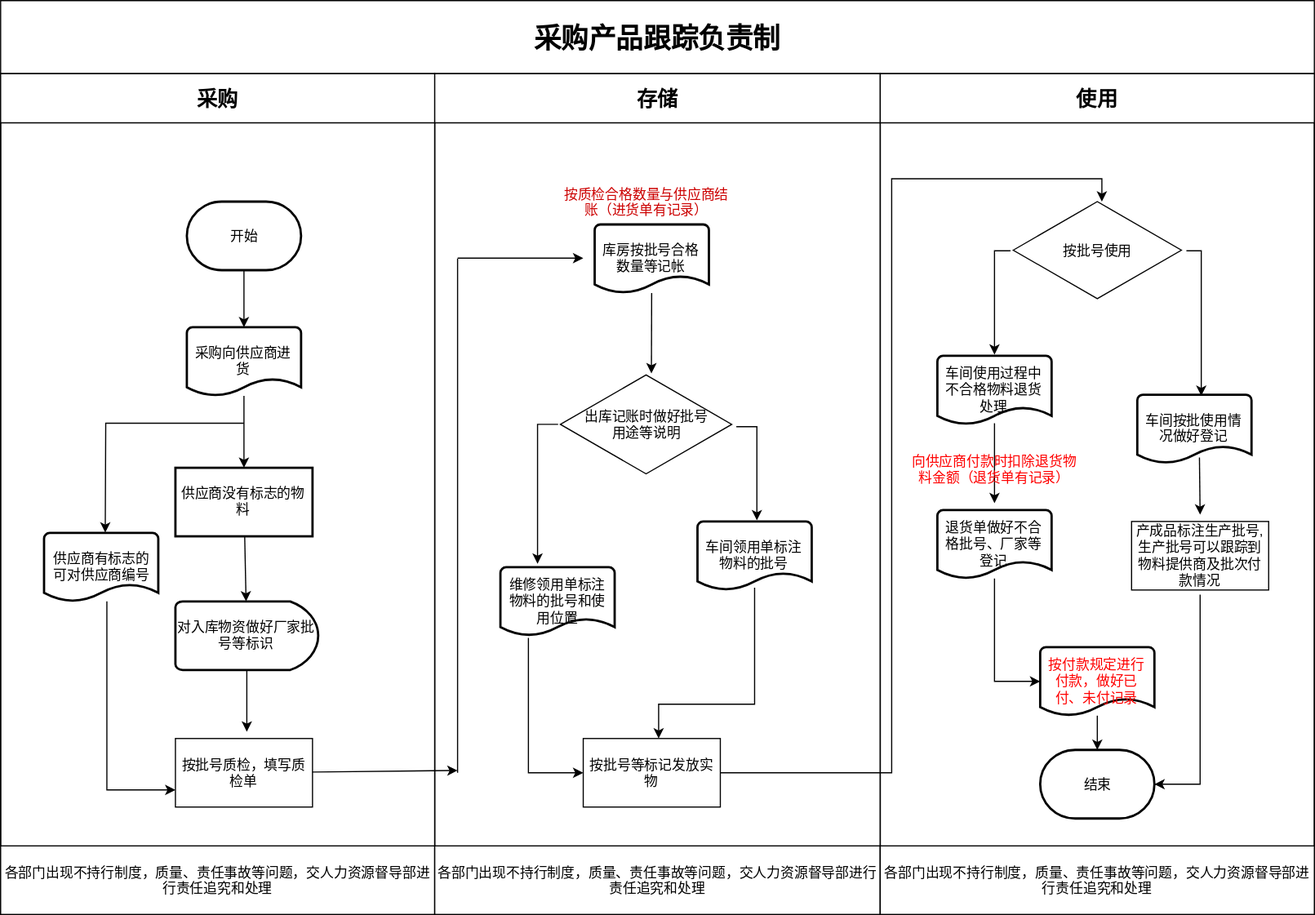
Earlier version of the draw.io export 采购产品跟踪负责制(通用).svg (cnkanglong/OnelineOffice). Source tidied: cells renumbered, new cells last; positions are measured from the earlier drawing's top-left corner, leaving out a move shared by most shapes.
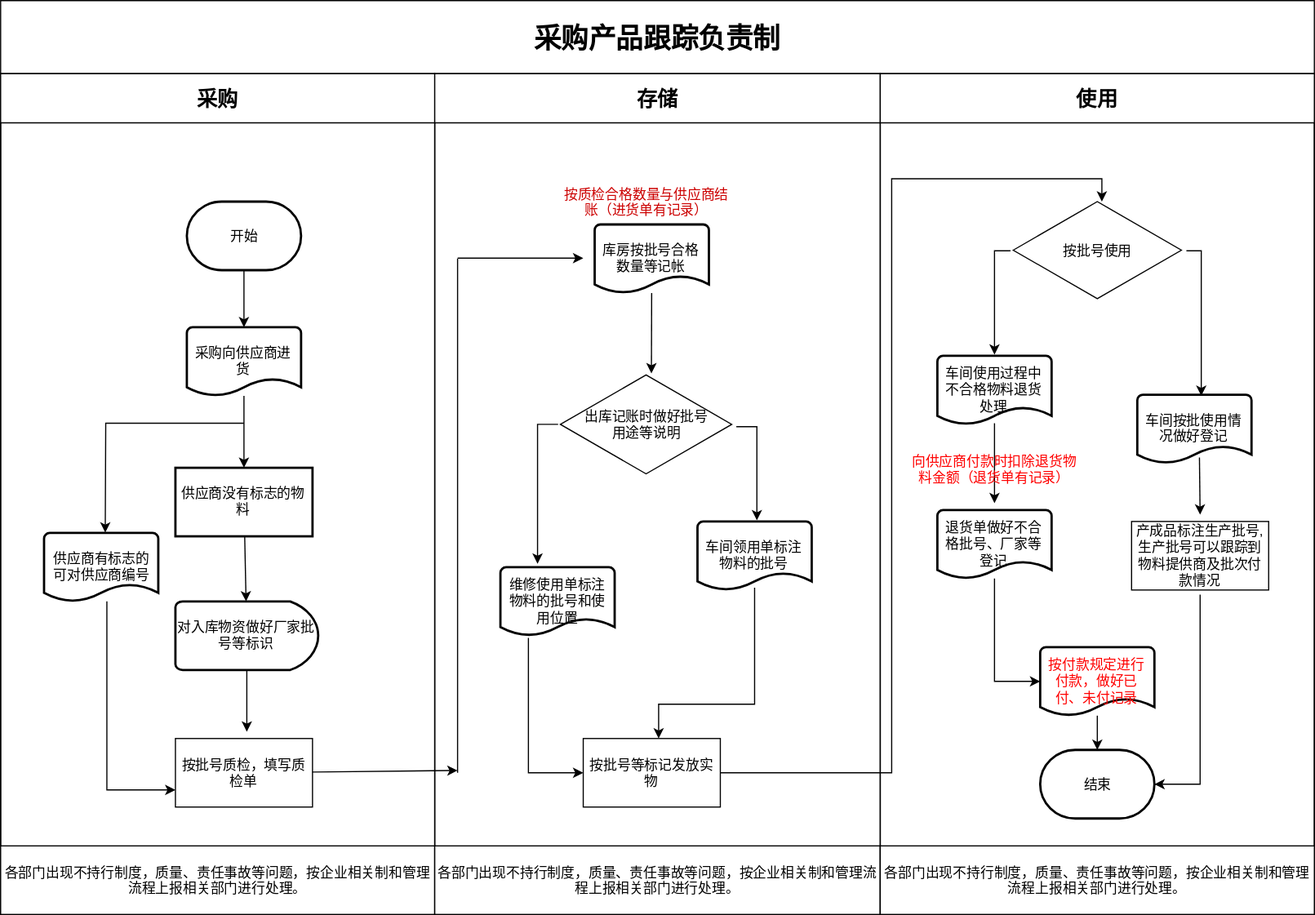
After the change.

Commit message:
Update 采购产品跟踪负责制(通用).svg

The edit, as a diff of the source:
```diff
@@ -59,7 +59,7 @@
     <mxCell id="15" value="&lt;div&gt;供应商有标志的&lt;/div&gt;&lt;div&gt;可对供应商编号&lt;br&gt;&lt;/div&gt;" style="strokeWidth=2;html=1;shape=mxgraph.flowchart.document2;whiteSpace=wrap;size=0.25;" parent="4" vertex="1">
       <mxGeometry x="38" y="402" width="100" height="60" as="geometry" />
     </mxCell>
-    <mxCell id="16" value="各部门出现不持行制度，质量、责任事故等问题，交人力资源督导部进行责任追究和处理" style="rounded=0;whiteSpace=wrap;html=1;" parent="4" vertex="1">
+    <mxCell id="16" value="各部门出现不持行制度，质量、责任事故等问题，&lt;span&gt;&lt;/span&gt;&lt;span&gt;按企业相关制和管理流程上报相关部门进行处理。&lt;/span&gt;" style="rounded=0;whiteSpace=wrap;html=1;" parent="4" vertex="1">
       <mxGeometry y="676" width="380" height="60" as="geometry" />
     </mxCell>
     <mxCell id="17" value="&lt;font style=&quot;font-size: 18px&quot;&gt;存储&lt;/font&gt;" style="swimlane;html=1;startSize=43;" parent="2" vertex="1">
@@ -90,7 +90,7 @@
         </Array>
       </mxGeometry>
     </mxCell>
-    <mxCell id="23" value="维修领用单标注物料的批号和使用位置" style="strokeWidth=2;html=1;shape=mxgraph.flowchart.document2;whiteSpace=wrap;size=0.25;shadow=0;fillColor=#FFFFFF;" parent="17" vertex="1">
+    <mxCell id="23" value="维修使用单标注物料的批号和使用位置" style="strokeWidth=2;html=1;shape=mxgraph.flowchart.document2;whiteSpace=wrap;size=0.25;shadow=0;fillColor=#FFFFFF;" parent="17" vertex="1">
       <mxGeometry x="57.5" y="432" width="100" height="60" as="geometry" />
     </mxCell>
     <mxCell id="24" value="按批号等标记发放实物" style="rounded=0;whiteSpace=wrap;html=1;shadow=0;strokeColor=#000000;fillColor=#FFFFFF;" parent="17" vertex="1">
@@ -133,7 +133,7 @@
     <mxCell id="30" value="&lt;div&gt;出库记账时做好批号&lt;/div&gt;&lt;div&gt;用途等说明&lt;br&gt;&lt;/div&gt;" style="html=1;whiteSpace=wrap;shape=isoRectangle;shadow=0;strokeColor=#000000;fillColor=#FFFFFF;" parent="17" vertex="1">
       <mxGeometry x="110" y="262" width="150" height="90" as="geometry" />
     </mxCell>
-    <mxCell id="31" value="各部门出现不持行制度，质量、责任事故等问题，交人力资源督导部进行责任追究和处理" style="rounded=0;whiteSpace=wrap;html=1;" parent="17" vertex="1">
+    <mxCell id="31" value="各部门出现不持行制度，质量、责任事故等问题，&lt;span&gt;按企业相关制和管理流程上报相关部门进行处理。&lt;/span&gt;" style="rounded=0;whiteSpace=wrap;html=1;" parent="17" vertex="1">
       <mxGeometry y="676" width="390" height="60" as="geometry" />
     </mxCell>
     <mxCell id="32" value="&lt;font style=&quot;font-size: 18px&quot;&gt;使用&lt;/font&gt;" style="swimlane;html=1;startSize=43;" parent="2" vertex="1">
@@ -210,7 +210,7 @@
         </Array>
       </mxGeometry>
     </mxCell>
-    <mxCell id="48" value="各部门出现不持行制度，质量、责任事故等问题，交人力资源督导部进行责任追究和处理" style="rounded=0;whiteSpace=wrap;html=1;" parent="32" vertex="1">
+    <mxCell id="48" value="各部门出现不持行制度，质量、责任事故等问题，&lt;span&gt;按企业相关制和管理流程上报相关部门进行处理。&lt;/span&gt;" style="rounded=0;whiteSpace=wrap;html=1;" parent="32" vertex="1">
       <mxGeometry y="676" width="380" height="60" as="geometry" />
     </mxCell>
     <mxCell id="49" style="rounded=0;html=1;jettySize=auto;" parent="1" edge="1" source="12">
```
